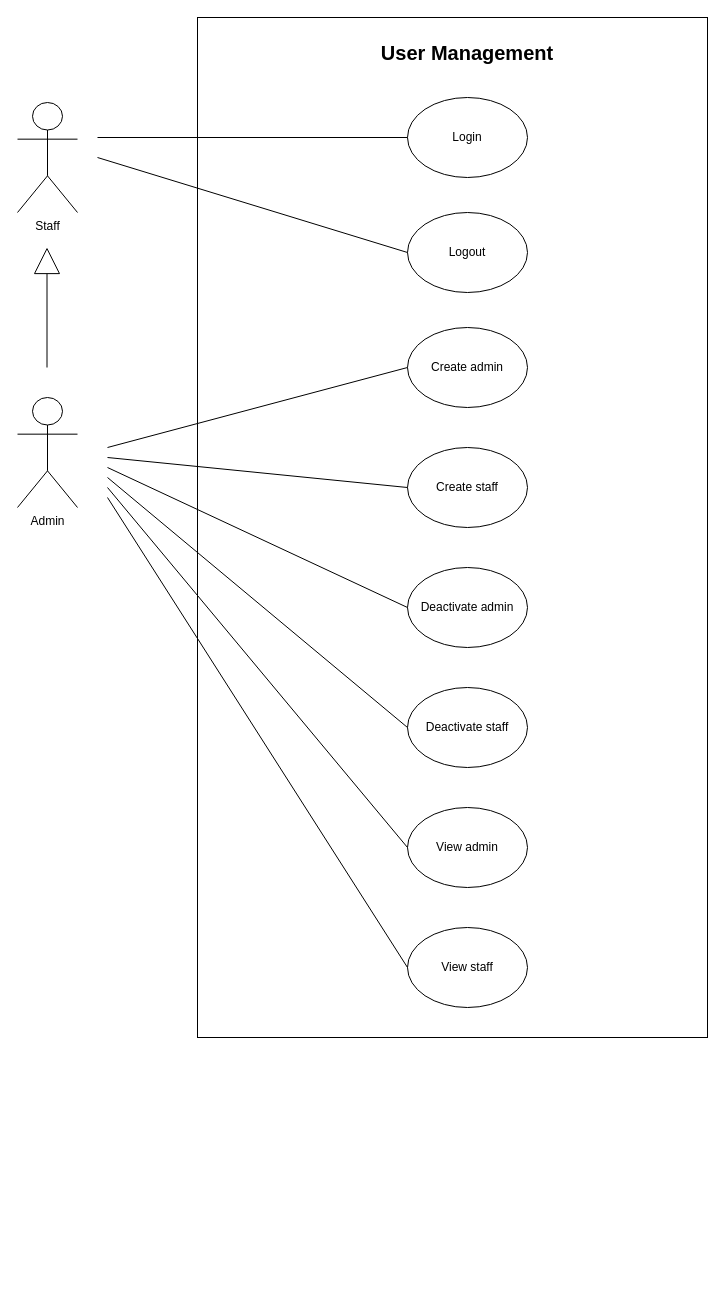
This is docs/Analysis/Use_Case_Diagrams/User_Management.drawio from james15mokoena/SmartInventory, a draw.io file, before an edit. Source tidied: cells renumbered, new cells numbered last; positions are measured from the earlier drawing's top-left corner, leaving out a move shared by most shapes. Both pictures are drawn from the tidied source at 100%, with x=0, y=0 at pixel (17, 17).
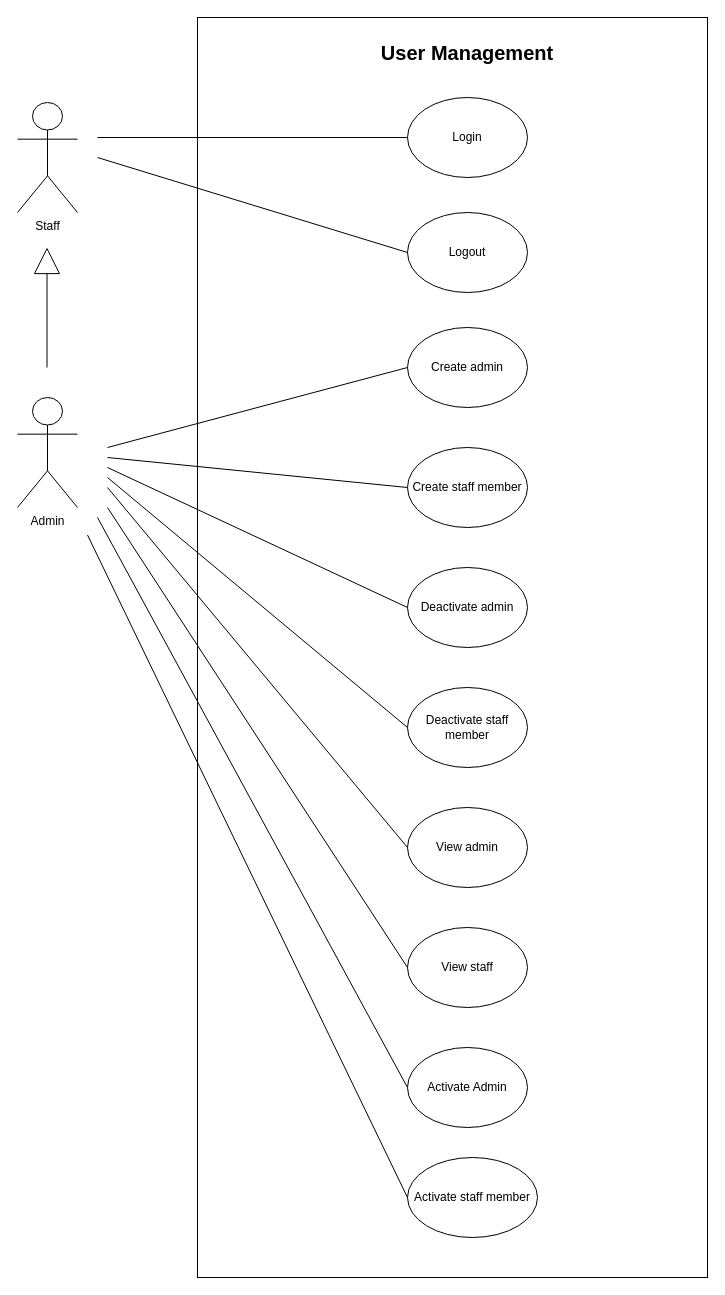
The same page after the edit.

Commit message (it also covers changes not shown here):
Implementd the user activation use cases (admin and staff)

The edit, as a diff of the source:
```diff
@@
     <mxCell id="2" style="rounded=0;whiteSpace=wrap;html=1;" parent="1" vertex="1">
-      <mxGeometry x="180" width="510" height="1020" as="geometry" />
+      <mxGeometry x="180" width="510" height="1260" as="geometry" />
     </mxCell>
@@
-    <mxCell id="10" value="Create staff" style="ellipse;whiteSpace=wrap;html=1;" parent="1" vertex="1">
+    <mxCell id="10" value="Create staff member" style="ellipse;whiteSpace=wrap;html=1;" parent="1" vertex="1">
       <mxGeometry x="390" y="430" width="120" height="80" as="geometry" />
     </mxCell>
@@
-    <mxCell id="14" value="Deactivate staff" style="ellipse;whiteSpace=wrap;html=1;" parent="1" vertex="1">
+    <mxCell id="14" value="Deactivate staff member" style="ellipse;whiteSpace=wrap;html=1;" parent="1" vertex="1">
       <mxGeometry x="390" y="670" width="120" height="80" as="geometry" />
     </mxCell>
@@
-    <mxCell id="20" value="View staff" style="ellipse;whiteSpace=wrap;html=1;" parent="1" vertex="1">
-      <mxGeometry x="390" y="910" width="120" height="80" as="geometry" />
+    <mxCell id="20" value="Activate Admin" style="ellipse;whiteSpace=wrap;html=1;" parent="1" vertex="1">
+      <mxGeometry x="390" y="1030" width="120" height="80" as="geometry" />
     </mxCell>
@@
     <mxCell id="22" style="endArrow=none;html=1;rounded=0;entryX=0;entryY=0.5;entryDx=0;entryDy=0;" parent="1" edge="1" target="20">
       <mxGeometry relative="1" as="geometry">
-        <mxPoint x="90" y="480" as="sourcePoint" />
+        <mxPoint x="80" y="500" as="sourcePoint" />
       </mxGeometry>
     </mxCell>
+    <mxCell id="23" value="View staff" style="ellipse;whiteSpace=wrap;html=1;" parent="1" vertex="1">
+      <mxGeometry x="390" y="910" width="120" height="80" as="geometry" />
+    </mxCell>
+    <mxCell id="24" value="Activate staff member" style="ellipse;whiteSpace=wrap;html=1;" parent="1" vertex="1">
+      <mxGeometry x="390" y="1140" width="130" height="80" as="geometry" />
+    </mxCell>
+    <mxCell id="25" style="endArrow=none;html=1;rounded=0;entryX=0;entryY=0.5;entryDx=0;entryDy=0;" parent="1" edge="1" target="23">
+      <mxGeometry relative="1" as="geometry">
+        <mxPoint x="90" y="490" as="sourcePoint" />
+      </mxGeometry>
+    </mxCell>
+    <mxCell id="26" style="endArrow=none;html=1;rounded=0;entryX=0;entryY=0.5;entryDx=0;entryDy=0;" parent="1" edge="1" target="24">
+      <mxGeometry relative="1" as="geometry">
+        <mxPoint x="70" y="517.5" as="sourcePoint" />
+      </mxGeometry>
+    </mxCell>
```
